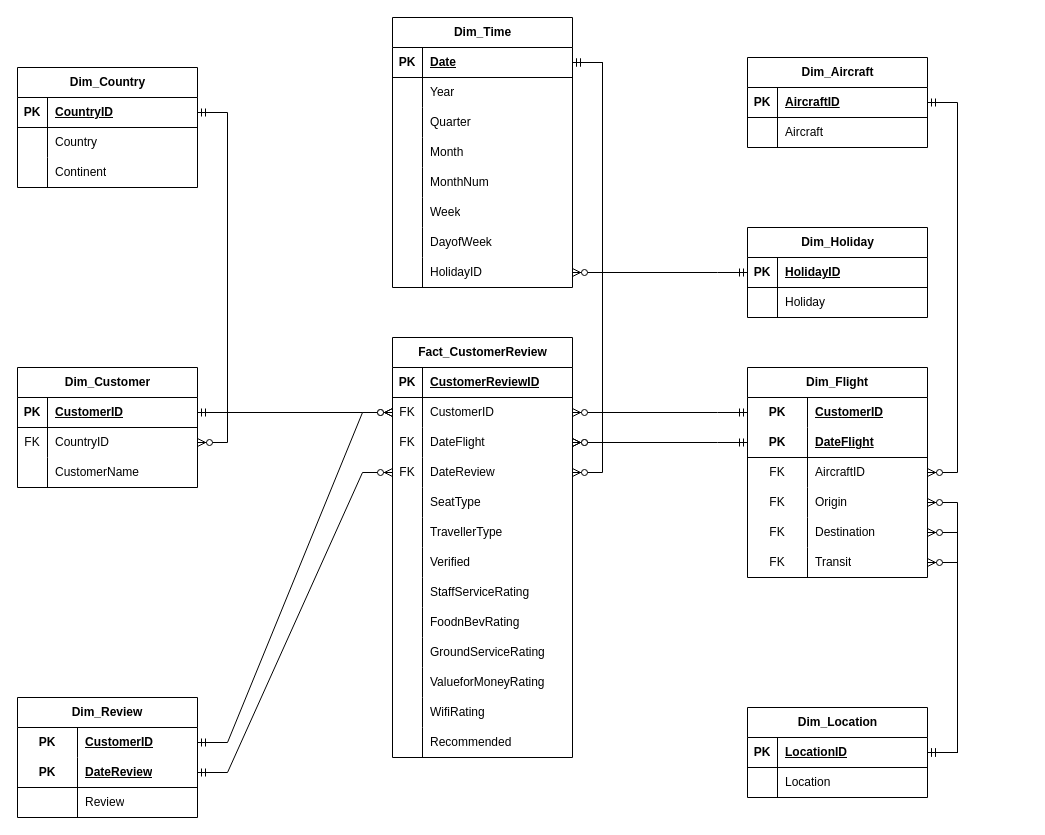
MarkPhamm/British-Airway keeps this draw.io diagram as diagram/Schema.drawio. Above is the earlier version. Source tidied: cells renumbered, new cells numbered last; positions are measured from the earlier drawing's top-left corner, leaving out a move shared by most shapes. Both pictures are drawn from the tidied source at 100%, with x=0, y=0 at pixel (17, 17).
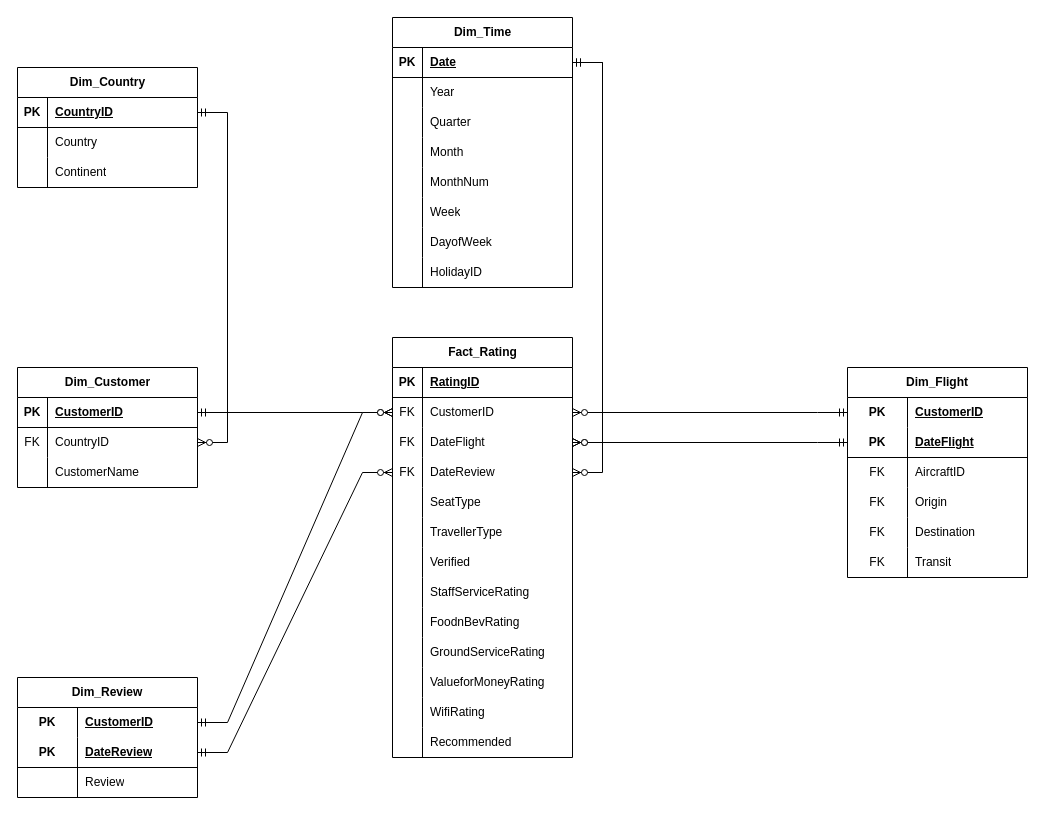
After the change.

The change refers to these unchanged cells:
```xml
<mxCell id="13" style="shape=tableRow;horizontal=0;startSize=0;swimlaneHead=0;swimlaneBody=0;fillColor=none;top=0;left=0;right=0;bottom=1;" parent="12" vertex="1">
  <mxGeometry y="30" width="180" height="30" as="geometry" />
</mxCell>
<mxCell id="96" style="shape=tableRow;horizontal=0;startSize=0;swimlaneHead=0;swimlaneBody=0;fillColor=none;points=[[0,0.5],[1,0.5]];portConstraint=eastwest;top=0;left=0;right=0;bottom=0;" parent="74" vertex="1">
  <mxGeometry y="240" width="180" height="30" as="geometry" />
</mxCell>
<mxCell id="108" style="shape=tableRow;horizontal=0;startSize=0;swimlaneHead=0;swimlaneBody=0;fillColor=none;points=[[0,0.5],[1,0.5]];portConstraint=eastwest;top=0;left=0;right=0;bottom=0;html=1;" parent="101" vertex="1">
  <mxGeometry y="90" width="180" height="30" as="geometry" />
</mxCell>
<mxCell id="111" style="shape=tableRow;horizontal=0;startSize=0;swimlaneHead=0;swimlaneBody=0;fillColor=none;points=[[0,0.5],[1,0.5]];portConstraint=eastwest;top=0;left=0;right=0;bottom=0;html=1;" parent="101" vertex="1">
  <mxGeometry y="120" width="180" height="30" as="geometry" />
</mxCell>
<mxCell id="114" style="shape=tableRow;horizontal=0;startSize=0;swimlaneHead=0;swimlaneBody=0;fillColor=none;points=[[0,0.5],[1,0.5]];portConstraint=eastwest;top=0;left=0;right=0;bottom=0;html=1;" parent="101" vertex="1">
  <mxGeometry y="150" width="180" height="30" as="geometry" />
</mxCell>
<mxCell id="117" style="shape=tableRow;horizontal=0;startSize=0;swimlaneHead=0;swimlaneBody=0;fillColor=none;points=[[0,0.5],[1,0.5]];portConstraint=eastwest;top=0;left=0;right=0;bottom=0;html=1;" parent="101" vertex="1">
  <mxGeometry y="180" width="180" height="30" as="geometry" />
</mxCell>
```

Diff of the diagram source:
```diff
@@
     <mxCell id="2" value="Dim_Review" style="shape=table;startSize=30;childLayout=tableLayout;rowLines=0;fontStyle=1;align=center;html=1;whiteSpace=wrap;" parent="1" vertex="1">
-      <mxGeometry y="680" width="180" height="120" as="geometry" />
+      <mxGeometry y="660" width="180" height="120" as="geometry" />
     </mxCell>
@@
-    <mxCell id="12" value="Fact_CustomerReview" style="shape=table;startSize=30;childLayout=tableLayout;rowLines=0;fontStyle=1;align=center;html=1;" parent="1" vertex="1">
+    <mxCell id="12" value="Fact_Rating" style="shape=table;startSize=30;childLayout=tableLayout;rowLines=0;fontStyle=1;align=center;html=1;" parent="1" vertex="1">
       <mxGeometry x="375" y="320" width="180" height="420" as="geometry" />
     </mxCell>
@@
-    <mxCell id="15" value="CustomerReviewID" style="shape=partialRectangle;fillColor=none;top=0;left=0;bottom=0;right=0;align=left;spacingLeft=6;fontStyle=5;overflow=hidden;whiteSpace=wrap;html=1;" parent="13" vertex="1">
+    <mxCell id="15" value="RatingID" style="shape=partialRectangle;fillColor=none;top=0;left=0;bottom=0;right=0;align=left;spacingLeft=6;fontStyle=5;overflow=hidden;whiteSpace=wrap;html=1;" parent="13" vertex="1">
       <mxGeometry x="30" width="150" height="30" as="geometry" />
     </mxCell>
@@
     <mxCell id="101" value="Dim_Flight" style="shape=table;startSize=30;childLayout=tableLayout;rowLines=0;fontStyle=1;align=center;html=1;whiteSpace=wrap;" parent="1" vertex="1">
-      <mxGeometry x="730" y="350" width="180" height="210" as="geometry" />
+      <mxGeometry x="830" y="350" width="180" height="210" as="geometry" />
     </mxCell>
@@
-    <mxCell id="120" value="Dim_Location" style="shape=table;startSize=30;childLayout=tableLayout;rowLines=0;fontStyle=1;align=center;html=1;" parent="1" vertex="1">
-      <mxGeometry x="730" y="690" width="180" height="90" as="geometry" />
-    </mxCell>
-    <mxCell id="121" style="shape=tableRow;horizontal=0;startSize=0;swimlaneHead=0;swimlaneBody=0;fillColor=none;points=[[0,0.5],[1,0.5]];portConstraint=eastwest;top=0;left=0;right=0;bottom=1;" parent="120" vertex="1">
-      <mxGeometry y="30" width="180" height="30" as="geometry" />
-    </mxCell>
-    <mxCell id="122" value="PK" style="shape=partialRectangle;fillColor=none;top=0;left=0;bottom=0;right=0;fontStyle=1;overflow=hidden;whiteSpace=wrap;html=1;" parent="121" vertex="1">
-      <mxGeometry width="30" height="30" as="geometry" />
-    </mxCell>
-    <mxCell id="123" value="LocationID" style="shape=partialRectangle;fillColor=none;top=0;left=0;bottom=0;right=0;align=left;spacingLeft=6;fontStyle=5;overflow=hidden;whiteSpace=wrap;html=1;" parent="121" vertex="1">
-      <mxGeometry x="30" width="150" height="30" as="geometry" />
-    </mxCell>
-    <mxCell id="124" style="shape=tableRow;horizontal=0;startSize=0;swimlaneHead=0;swimlaneBody=0;fillColor=none;top=0;left=0;right=0;bottom=0;" parent="120" vertex="1">
-      <mxGeometry y="60" width="180" height="30" as="geometry" />
-    </mxCell>
-    <mxCell id="125" style="shape=partialRectangle;fillColor=none;top=0;left=0;bottom=0;right=0;overflow=hidden;whiteSpace=wrap;html=1;" parent="124" vertex="1">
-      <mxGeometry width="30" height="30" as="geometry" />
-    </mxCell>
-    <mxCell id="126" value="Location" style="shape=partialRectangle;fillColor=none;top=0;left=0;bottom=0;right=0;align=left;spacingLeft=6;overflow=hidden;whiteSpace=wrap;html=1;" parent="124" vertex="1">
-      <mxGeometry x="30" width="150" height="30" as="geometry" />
-    </mxCell>
-    <mxCell id="127" value="Dim_Aircraft" style="shape=table;startSize=30;childLayout=tableLayout;rowLines=0;fontStyle=1;align=center;html=1;" parent="1" vertex="1">
-      <mxGeometry x="730" y="40" width="180" height="90" as="geometry" />
-    </mxCell>
-    <mxCell id="128" style="shape=tableRow;horizontal=0;startSize=0;swimlaneHead=0;swimlaneBody=0;fillColor=none;points=[[0,0.5],[1,0.5]];portConstraint=eastwest;top=0;left=0;right=0;bottom=1;" parent="127" vertex="1">
-      <mxGeometry y="30" width="180" height="30" as="geometry" />
-    </mxCell>
-    <mxCell id="129" value="PK" style="shape=partialRectangle;fillColor=none;top=0;left=0;bottom=0;right=0;fontStyle=1;overflow=hidden;whiteSpace=wrap;html=1;" parent="128" vertex="1">
-      <mxGeometry width="30" height="30" as="geometry" />
-    </mxCell>
-    <mxCell id="130" value="AircraftID" style="shape=partialRectangle;fillColor=none;top=0;left=0;bottom=0;right=0;align=left;spacingLeft=6;fontStyle=5;overflow=hidden;whiteSpace=wrap;html=1;" parent="128" vertex="1">
-      <mxGeometry x="30" width="150" height="30" as="geometry" />
-    </mxCell>
-    <mxCell id="131" style="shape=tableRow;horizontal=0;startSize=0;swimlaneHead=0;swimlaneBody=0;fillColor=none;top=0;left=0;right=0;bottom=0;" parent="127" vertex="1">
-      <mxGeometry y="60" width="180" height="30" as="geometry" />
-    </mxCell>
-    <mxCell id="132" style="shape=partialRectangle;fillColor=none;top=0;left=0;bottom=0;right=0;overflow=hidden;whiteSpace=wrap;html=1;" parent="131" vertex="1">
-      <mxGeometry width="30" height="30" as="geometry" />
-    </mxCell>
-    <mxCell id="133" value="Aircraft" style="shape=partialRectangle;fillColor=none;top=0;left=0;bottom=0;right=0;align=left;spacingLeft=6;overflow=hidden;whiteSpace=wrap;html=1;" parent="131" vertex="1">
-      <mxGeometry x="30" width="150" height="30" as="geometry" />
-    </mxCell>
@@
-    <mxCell id="136" style="edgeStyle=entityRelationEdgeStyle;fontSize=12;html=1;endArrow=ERzeroToMany;startArrow=ERmandOne;rounded=0;exitX=1;exitY=0.5;exitDx=0;exitDy=0;entryX=1;entryY=0.5;entryDx=0;entryDy=0;" parent="1" edge="1" source="121" target="111">
-      <mxGeometry relative="1" as="geometry" />
-    </mxCell>
-    <mxCell id="137" style="edgeStyle=entityRelationEdgeStyle;fontSize=12;html=1;endArrow=ERzeroToMany;startArrow=ERmandOne;rounded=0;exitX=1;exitY=0.5;exitDx=0;exitDy=0;entryX=1;entryY=0.5;entryDx=0;entryDy=0;" parent="1" edge="1" source="121" target="114">
-      <mxGeometry relative="1" as="geometry" />
-    </mxCell>
-    <mxCell id="138" style="edgeStyle=entityRelationEdgeStyle;fontSize=12;html=1;endArrow=ERzeroToMany;startArrow=ERmandOne;rounded=0;exitX=1;exitY=0.5;exitDx=0;exitDy=0;entryX=1;entryY=0.5;entryDx=0;entryDy=0;" parent="1" edge="1" source="121" target="117">
-      <mxGeometry relative="1" as="geometry" />
-    </mxCell>
-    <mxCell id="139" style="edgeStyle=entityRelationEdgeStyle;fontSize=12;html=1;endArrow=ERzeroToMany;startArrow=ERmandOne;rounded=0;exitX=1;exitY=0.5;exitDx=0;exitDy=0;entryX=1;entryY=0.5;entryDx=0;entryDy=0;" parent="1" edge="1" source="128" target="108">
-      <mxGeometry relative="1" as="geometry" />
-    </mxCell>
@@
-    <mxCell id="142" value="Dim_Holiday" style="shape=table;startSize=30;childLayout=tableLayout;rowLines=0;fontStyle=1;align=center;html=1;" parent="1" vertex="1">
-      <mxGeometry x="730" y="210" width="180" height="90" as="geometry" />
-    </mxCell>
-    <mxCell id="143" style="shape=tableRow;horizontal=0;startSize=0;swimlaneHead=0;swimlaneBody=0;fillColor=none;points=[[0,0.5],[1,0.5]];portConstraint=eastwest;top=0;left=0;right=0;bottom=1;" parent="142" vertex="1">
-      <mxGeometry y="30" width="180" height="30" as="geometry" />
-    </mxCell>
-    <mxCell id="144" value="PK" style="shape=partialRectangle;fillColor=none;top=0;left=0;bottom=0;right=0;fontStyle=1;overflow=hidden;whiteSpace=wrap;html=1;" parent="143" vertex="1">
-      <mxGeometry width="30" height="30" as="geometry" />
-    </mxCell>
-    <mxCell id="145" value="HolidayID" style="shape=partialRectangle;fillColor=none;top=0;left=0;bottom=0;right=0;align=left;spacingLeft=6;fontStyle=5;overflow=hidden;whiteSpace=wrap;html=1;" parent="143" vertex="1">
-      <mxGeometry x="30" width="150" height="30" as="geometry" />
-    </mxCell>
-    <mxCell id="146" style="shape=tableRow;horizontal=0;startSize=0;swimlaneHead=0;swimlaneBody=0;fillColor=none;top=0;left=0;right=0;bottom=0;" parent="142" vertex="1">
-      <mxGeometry y="60" width="180" height="30" as="geometry" />
-    </mxCell>
-    <mxCell id="147" style="shape=partialRectangle;fillColor=none;top=0;left=0;bottom=0;right=0;overflow=hidden;whiteSpace=wrap;html=1;" parent="146" vertex="1">
-      <mxGeometry width="30" height="30" as="geometry" />
-    </mxCell>
-    <mxCell id="148" value="Holiday" style="shape=partialRectangle;fillColor=none;top=0;left=0;bottom=0;right=0;align=left;spacingLeft=6;overflow=hidden;whiteSpace=wrap;html=1;" parent="146" vertex="1">
-      <mxGeometry x="30" width="150" height="30" as="geometry" />
-    </mxCell>
-    <mxCell id="149" style="edgeStyle=entityRelationEdgeStyle;fontSize=12;html=1;endArrow=ERzeroToMany;startArrow=ERmandOne;rounded=0;exitX=0;exitY=0.5;exitDx=0;exitDy=0;entryX=1;entryY=0.5;entryDx=0;entryDy=0;" parent="1" edge="1" source="143" target="96">
-      <mxGeometry relative="1" as="geometry" />
-    </mxCell>
```
